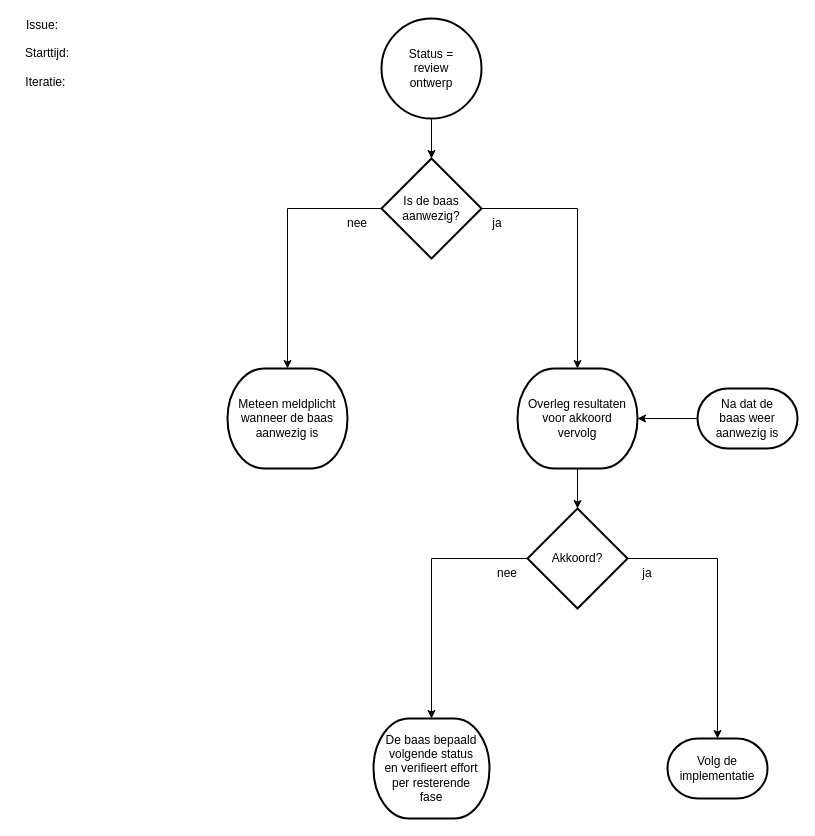
Earlier version of the draw.io diagram 6 Issue Tracker review ontwerp.drawio (Zaibatsu89/IssueTracker). Source tidied: cells renumbered, new cells numbered last; positions are measured from the earlier drawing's top-left corner, leaving out a move shared by most shapes. Both pictures are drawn from the tidied source at 100%, with x=0, y=0 at pixel (17, 18).
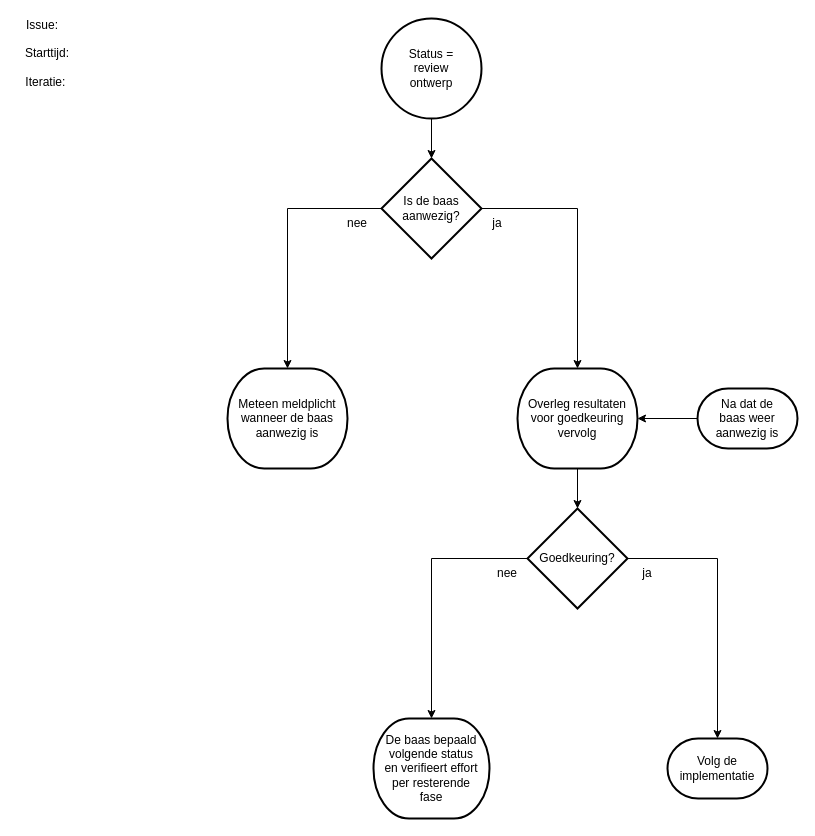
Above is the later version.

Commit message (it also covers changes not shown here):
Door Goedkeuring? vervangen

Diff of the diagram source:
```diff
@@
-    <mxCell id="8" value="Overleg resultaten&lt;br&gt;voor akkoord&lt;br&gt;vervolg" style="strokeWidth=2;html=1;shape=mxgraph.flowchart.terminator;whiteSpace=wrap;" parent="1" vertex="1">
+    <mxCell id="8" value="Overleg resultaten&lt;br&gt;voor goedkeuring&lt;br&gt;vervolg" style="strokeWidth=2;html=1;shape=mxgraph.flowchart.terminator;whiteSpace=wrap;" parent="1" vertex="1">
       <mxGeometry x="500" y="350" width="120" height="100" as="geometry" />
     </mxCell>
@@
-    <mxCell id="13" value="Akkoord?" style="strokeWidth=2;html=1;shape=mxgraph.flowchart.decision;whiteSpace=wrap;" parent="1" vertex="1">
+    <mxCell id="13" value="Goedkeuring?" style="strokeWidth=2;html=1;shape=mxgraph.flowchart.decision;whiteSpace=wrap;" parent="1" vertex="1">
       <mxGeometry x="510" y="490" width="100" height="100" as="geometry" />
     </mxCell>
```
